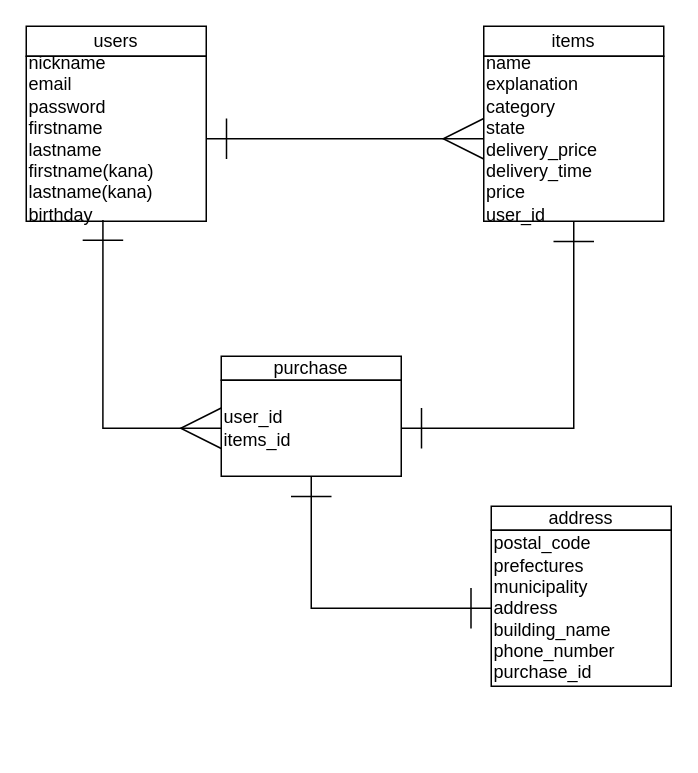
E-SW20/furima-33072 keeps this draw.io diagram as ER.dio. Above is the earlier version. Source tidied: cells renumbered, new cells numbered last; positions are measured from the earlier drawing's top-left corner, leaving out a move shared by most shapes. Both pictures are drawn from the tidied source at 150%, with x=0, y=0 at pixel (26, 26).
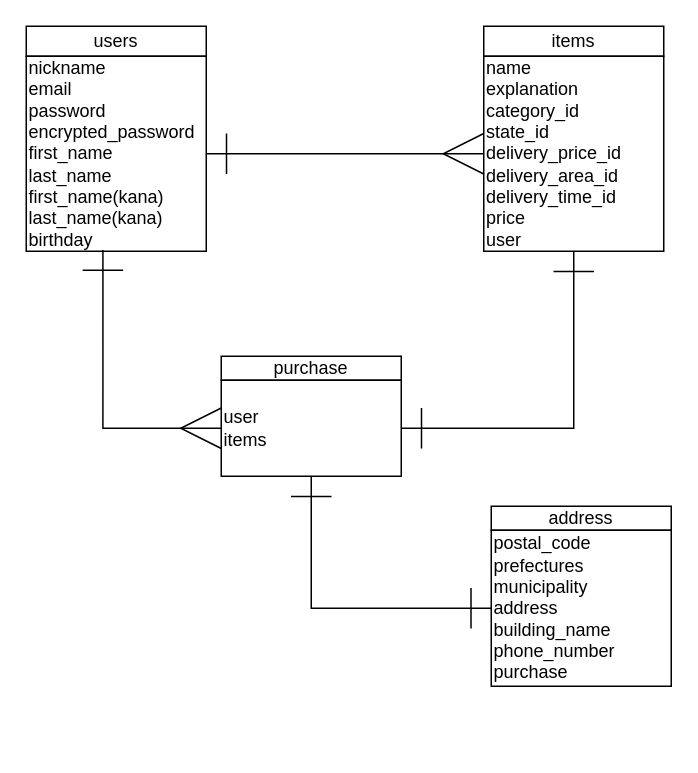
The same diagram, later.

Change to the diagram source:
```diff
@@
 <mxGraphModel>
   <root>
     <mxCell id="0" />
     <mxCell id="1" parent="0" />
     <mxCell id="2" style="group;" parent="1" vertex="1">
-      <mxGeometry width="120" height="140" as="geometry" />
+      <mxGeometry width="120" height="150" as="geometry" />
     </mxCell>
     <mxCell id="3" value="users" style="whiteSpace=wrap;html=1;" parent="2" vertex="1">
       <mxGeometry width="120" height="20" as="geometry" />
     </mxCell>
-    <mxCell id="4" value="nickname&lt;br&gt;email&lt;br&gt;password&lt;br&gt;firstname&lt;br&gt;lastname&lt;br&gt;firstname(kana)&lt;br&gt;lastname(kana)&lt;br&gt;birthday" style="whiteSpace=wrap;html=1;align=left;" parent="2" vertex="1">
-      <mxGeometry y="20" width="120" height="110" as="geometry" />
+    <mxCell id="4" value="nickname&lt;br&gt;email&lt;br&gt;password&lt;br&gt;encrypted_password&lt;br&gt;first_name&lt;br&gt;last_name&lt;br&gt;first_name(kana)&lt;br&gt;last_name(kana)&lt;br&gt;birthday" style="whiteSpace=wrap;html=1;align=left;" parent="2" vertex="1">
+      <mxGeometry y="20" width="120" height="130" as="geometry" />
     </mxCell>
     <mxCell id="5" style="group;" parent="1" vertex="1">
-      <mxGeometry x="305" width="120" height="140" as="geometry" />
+      <mxGeometry x="305" width="120" height="150" as="geometry" />
     </mxCell>
     <mxCell id="6" value="items" style="whiteSpace=wrap;html=1;" parent="5" vertex="1">
       <mxGeometry width="120" height="20" as="geometry" />
     </mxCell>
-    <mxCell id="7" value="name&lt;br&gt;explanation&lt;br&gt;category&lt;br&gt;state&lt;br&gt;delivery_price&lt;br&gt;delivery_time&lt;br&gt;price&lt;br&gt;user_id" style="whiteSpace=wrap;html=1;align=left;" parent="5" vertex="1">
-      <mxGeometry y="20" width="120" height="110" as="geometry" />
+    <mxCell id="7" value="name&lt;br&gt;explanation&lt;br&gt;category_id&lt;br&gt;state_id&lt;br&gt;delivery_price_id&lt;br&gt;delivery_area_id&lt;br&gt;delivery_time_id&lt;br&gt;price&lt;br&gt;user" style="whiteSpace=wrap;html=1;align=left;" parent="5" vertex="1">
+      <mxGeometry y="20" width="120" height="130" as="geometry" />
     </mxCell>
     <mxCell id="8" style="edgeStyle=orthogonalEdgeStyle;rounded=0;jettySize=auto;html=1;entryX=0;entryY=0.5;entryDx=0;entryDy=0;endArrow=ERmany;endFill=0;strokeWidth=1;endSize=25;startArrow=ERone;startFill=0;startSize=25;" parent="1" edge="1" source="4" target="7">
       <mxGeometry relative="1" as="geometry" />
     </mxCell>
     <mxCell id="9" style="group;" parent="1" vertex="1">
       <mxGeometry x="310" y="320" width="120" height="160" as="geometry" />
     </mxCell>
     <mxCell id="10" value="address" style="whiteSpace=wrap;html=1;" parent="9" vertex="1">
       <mxGeometry width="120" height="16" as="geometry" />
     </mxCell>
-    <mxCell id="11" value="postal_code&lt;br&gt;prefectures&lt;br&gt;municipality&lt;br&gt;address&lt;br&gt;building_name&lt;br&gt;phone_number&lt;br&gt;purchase_id" style="whiteSpace=wrap;html=1;align=left;" parent="9" vertex="1">
+    <mxCell id="11" value="postal_code&lt;br&gt;prefectures&lt;br&gt;municipality&lt;br&gt;address&lt;br&gt;building_name&lt;br&gt;phone_number&lt;br&gt;purchase" style="whiteSpace=wrap;html=1;align=left;" parent="9" vertex="1">
       <mxGeometry y="16" width="120" height="104" as="geometry" />
     </mxCell>
     <mxCell id="12" style="edgeStyle=orthogonalEdgeStyle;rounded=0;jettySize=auto;html=1;entryX=0.426;entryY=0.993;entryDx=0;entryDy=0;entryPerimeter=0;startArrow=ERmany;startFill=0;startSize=25;endArrow=ERone;endFill=0;endSize=25;exitX=0;exitY=0.5;exitDx=0;exitDy=0;" parent="1" edge="1" source="15" target="4">
       <mxGeometry relative="1" as="geometry" />
     </mxCell>
     <mxCell id="13" style="group;" parent="1" vertex="1">
       <mxGeometry x="130" y="220" width="120" height="160" as="geometry" />
     </mxCell>
     <mxCell id="14" value="purchase" style="whiteSpace=wrap;html=1;" parent="13" vertex="1">
       <mxGeometry width="120" height="16" as="geometry" />
     </mxCell>
-    <mxCell id="15" value="&lt;span&gt;user_id&lt;br&gt;&lt;/span&gt;items_id&lt;span&gt;&lt;br&gt;&lt;/span&gt;" style="whiteSpace=wrap;html=1;align=left;" parent="13" vertex="1">
+    <mxCell id="15" value="&lt;span&gt;user&lt;br&gt;&lt;/span&gt;items&lt;span&gt;&lt;br&gt;&lt;/span&gt;" style="whiteSpace=wrap;html=1;align=left;" parent="13" vertex="1">
       <mxGeometry y="16" width="120" height="64" as="geometry" />
     </mxCell>
     <mxCell id="16" style="edgeStyle=orthogonalEdgeStyle;rounded=0;jettySize=auto;html=1;exitX=0.5;exitY=1;exitDx=0;exitDy=0;entryX=0;entryY=0.5;entryDx=0;entryDy=0;startArrow=ERone;startFill=0;startSize=25;endArrow=ERone;endFill=0;endSize=25;" parent="1" edge="1" source="15" target="11">
       <mxGeometry relative="1" as="geometry" />
     </mxCell>
     <mxCell id="17" style="edgeStyle=orthogonalEdgeStyle;rounded=0;jettySize=auto;html=1;exitX=1;exitY=0.5;exitDx=0;exitDy=0;entryX=0.5;entryY=1;entryDx=0;entryDy=0;startArrow=ERone;startFill=0;startSize=25;endArrow=ERone;endFill=0;endSize=25;" parent="1" edge="1" source="15" target="7">
       <mxGeometry relative="1" as="geometry" />
     </mxCell>
   </root>
 </mxGraphModel>
```
